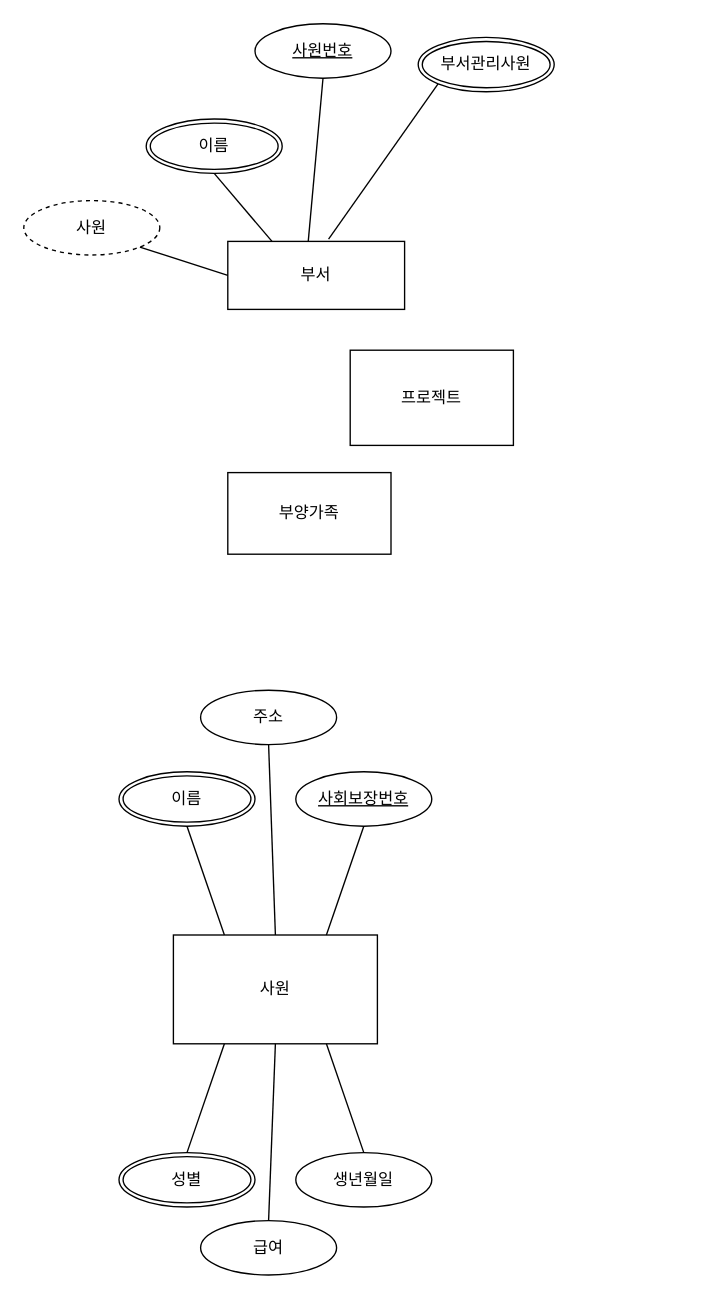
Above: 회사다이어그램.drawio in fghjklvmbn/programming-of-anything (draw.io), before the change. Source tidied: cells renumbered, new cells numbered last; positions are measured from the earlier drawing's top-left corner, leaving out a move shared by most shapes. Both pictures are drawn from the tidied source at 136%, with x=0, y=0 at pixel (23, 23).
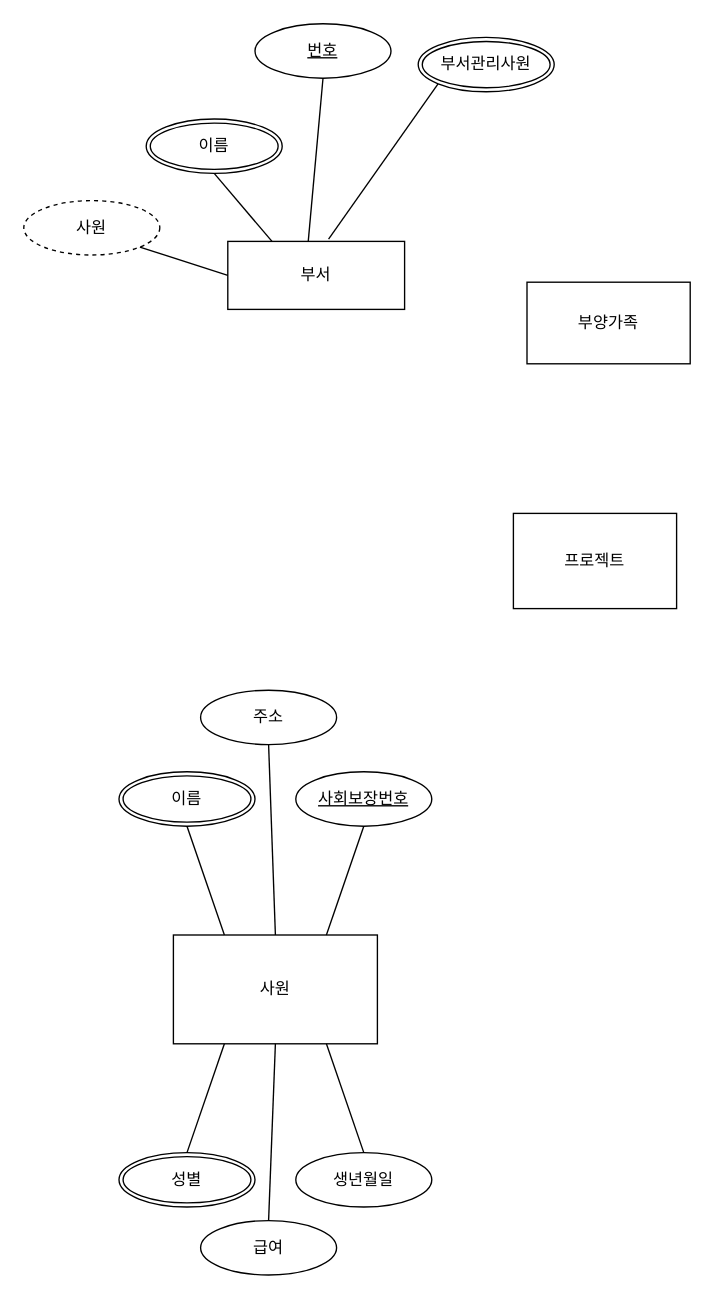
The same page after the edit.

Commit message (it also covers changes not shown here):
회사다이어그램.drawio 업데이트

Diff of the diagram source:
```diff
@@
     <mxCell id="3" value="부양가족" style="rounded=0;whiteSpace=wrap;html=1;" parent="1" vertex="1">
-      <mxGeometry x="150" y="330" width="120" height="60" as="geometry" />
+      <mxGeometry x="370" y="190" width="120" height="60" as="geometry" />
     </mxCell>
     <mxCell id="4" value="프로젝트" style="rounded=0;whiteSpace=wrap;html=1;" parent="1" vertex="1">
-      <mxGeometry x="240" y="240" width="120" height="70" as="geometry" />
+      <mxGeometry x="360" y="360" width="120" height="70" as="geometry" />
     </mxCell>
@@
-    <mxCell id="11" value="사원번호" style="ellipse;whiteSpace=wrap;html=1;align=center;fontStyle=4;" parent="1" vertex="1">
+    <mxCell id="11" value="번호" style="ellipse;whiteSpace=wrap;html=1;align=center;fontStyle=4;" parent="1" vertex="1">
       <mxGeometry x="170" width="100" height="40" as="geometry" />
     </mxCell>
```
